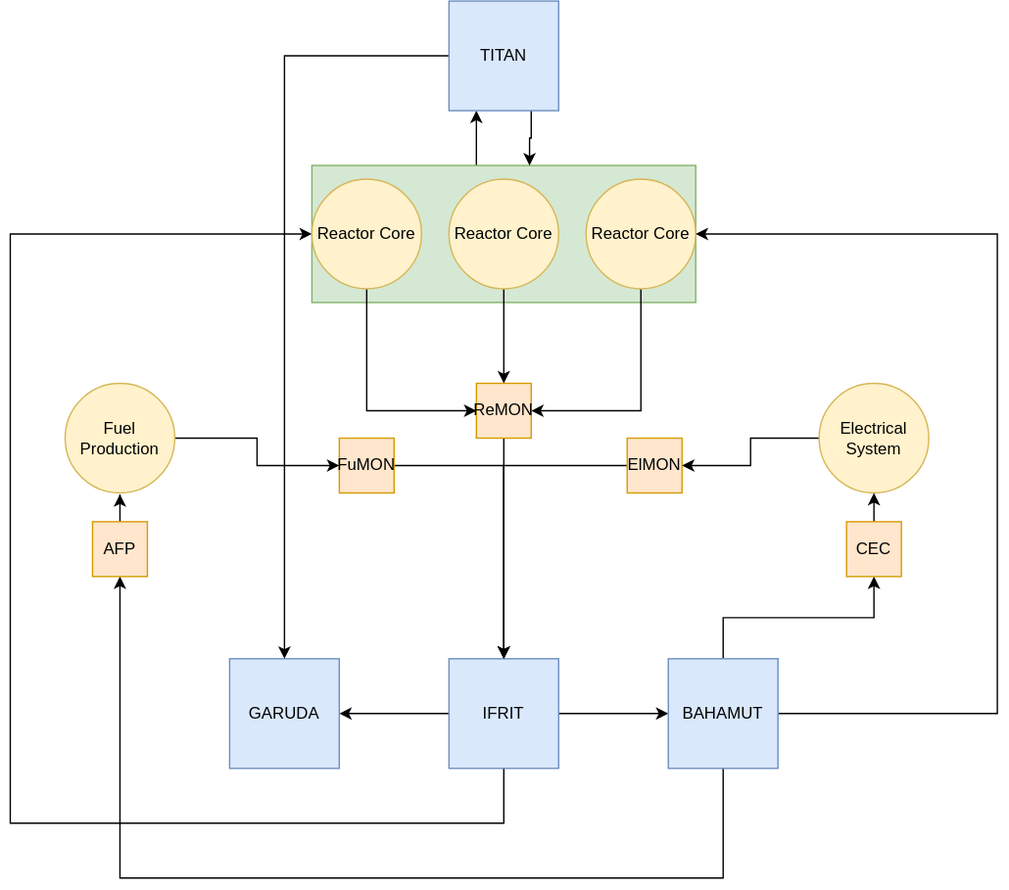
The draw.io diagram 00_MANUAL/IfitNuclear_Plan.drawio.svg in LJMunt/IfritNuclear, before a commit. Source tidied: cells renumbered, new cells last; positions are measured from the earlier drawing's top-left corner, leaving out a move shared by most shapes.
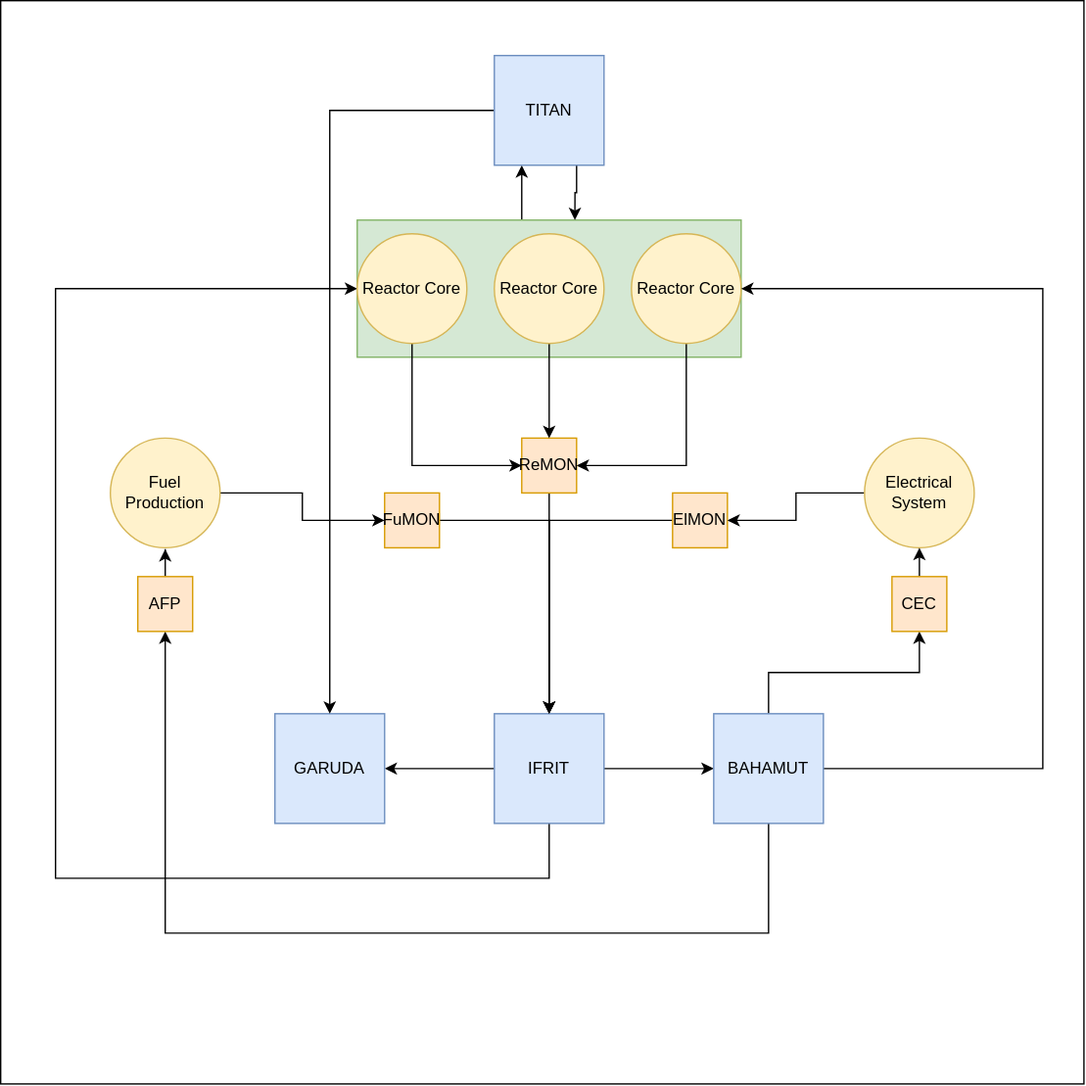
After the change.

What changed in the source:
```diff
@@ -2,6 +2,9 @@
   <root>
     <mxCell id="0" />
     <mxCell id="1" parent="0" />
+    <mxCell id="37" style="whiteSpace=wrap;html=1;" parent="1" vertex="1">
+      <mxGeometry x="-40" y="-40" width="790" height="790" as="geometry" />
+    </mxCell>
     <mxCell id="2" style="edgeStyle=orthogonalEdgeStyle;rounded=0;jettySize=auto;html=1;" parent="1" edge="1" source="3" target="32">
       <mxGeometry relative="1" as="geometry">
         <Array as="points">
```
